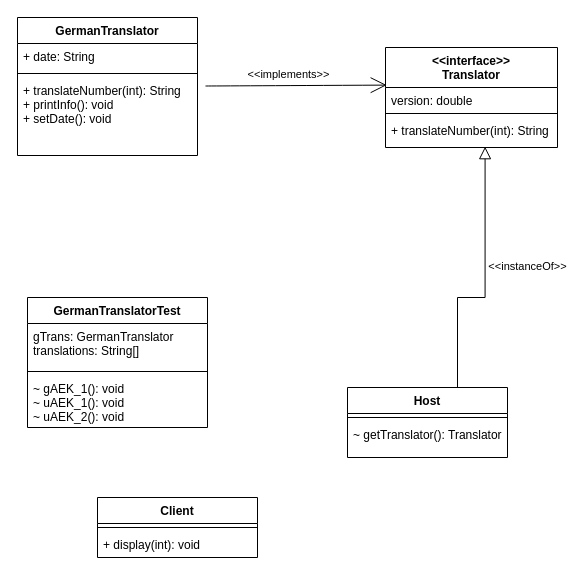
Earlier version of the draw.io diagram Unbenanntes Diagramm.drawio (ItsMePaiinZ/se1_hbrs_ph_fl). Source tidied: cells renumbered, new cells numbered last; positions are measured from the earlier drawing's top-left corner, leaving out a move shared by most shapes. Both pictures are drawn from the tidied source at 100%, with x=0, y=0 at pixel (17, 17).
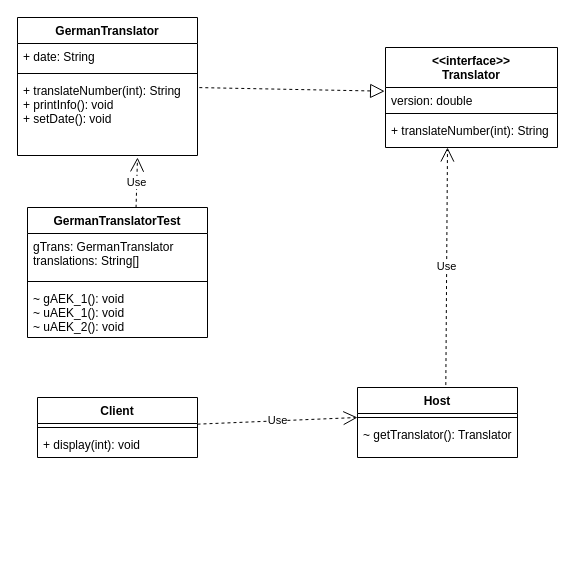
The same page after the edit.

The change refers to these unchanged cells:
```xml
<mxCell id="3" value="version: double" style="text;align=left;verticalAlign=top;spacingLeft=4;spacingRight=4;overflow=hidden;points=[[0,0.5],[1,0.5]];portConstraint=eastwest;rounded=0;shadow=0;html=0;" parent="2" vertex="1">
  <mxGeometry y="40" width="172" height="22" as="geometry" />
</mxCell>
<mxCell id="5" value="+ translateNumber(int): String" style="text;align=left;verticalAlign=top;spacingLeft=4;spacingRight=4;overflow=hidden;points=[[0,0.5],[1,0.5]];portConstraint=eastwest;" parent="2" vertex="1">
  <mxGeometry y="70" width="172" height="26" as="geometry" />
</mxCell>
<mxCell id="6" value="GermanTranslator" style="swimlane;fontStyle=1;align=center;verticalAlign=top;horizontal=1;startSize=26;rounded=0;shadow=0;strokeWidth=1;" parent="1" vertex="1">
  <mxGeometry width="180" height="138" as="geometry" />
</mxCell>
<mxCell id="9" value="+ translateNumber(int): String&#10;+ printInfo(): void&#10;+ setDate(): void" style="text;align=left;verticalAlign=top;spacingLeft=4;spacingRight=4;overflow=hidden;points=[[0,0.5],[1,0.5]];portConstraint=eastwest;" parent="6" vertex="1">
  <mxGeometry y="60" width="180" height="50" as="geometry" />
</mxCell>
<mxCell id="11" style="line;html=1;strokeWidth=1;align=left;verticalAlign=middle;spacingTop=-1;spacingLeft=3;spacingRight=3;labelPosition=right;points=[];portConstraint=eastwest;" parent="10" vertex="1">
  <mxGeometry y="26" width="160" height="8" as="geometry" />
</mxCell>
```

Diff of the diagram source:
```diff
@@
     <mxCell id="10" value="Host" style="swimlane;fontStyle=1;align=center;verticalAlign=top;horizontal=1;startSize=26;rounded=0;shadow=0;strokeWidth=1;" parent="1" vertex="1">
-      <mxGeometry x="330" y="370" width="160" height="70" as="geometry" />
+      <mxGeometry x="340" y="370" width="160" height="70" as="geometry" />
     </mxCell>
@@
-    <mxCell id="13" style="endArrow=block;endSize=10;endFill=0;shadow=0;strokeWidth=1;rounded=0;edgeStyle=elbowEdgeStyle;elbow=vertical;entryX=0.579;entryY=1.123;entryDx=0;entryDy=0;entryPerimeter=0;" parent="1" edge="1" source="10" target="5">
-      <mxGeometry relative="1" as="geometry">
-        <Array as="points">
-          <mxPoint x="440" y="280" />
-          <mxPoint x="160" y="220" />
-        </Array>
-      </mxGeometry>
-    </mxCell>
-    <mxCell id="14" value="&amp;lt;&amp;lt;instanceOf&amp;gt;&amp;gt;" style="edgeLabel;html=1;align=center;verticalAlign=middle;" parent="13" vertex="1">
-      <mxGeometry x="0.01" y="1" relative="1" as="geometry">
-        <mxPoint x="43" y="-13" as="offset" />
-      </mxGeometry>
-    </mxCell>
-    <mxCell id="15" style="edgeStyle=none;jettySize=auto;html=1;rounded=0;endArrow=open;startSize=14;endSize=14;sourcePerimeterSpacing=8;targetPerimeterSpacing=8;curved=1;entryX=0.007;entryY=-0.109;entryDx=0;entryDy=0;entryPerimeter=0;" parent="1" edge="1" source="6" target="3">
-      <mxGeometry relative="1" as="geometry" />
-    </mxCell>
-    <mxCell id="16" value="&amp;lt;&amp;lt;implements&amp;gt;&amp;gt;" style="edgeLabel;html=1;align=center;verticalAlign=middle;" parent="15" vertex="1">
-      <mxGeometry x="0.17" y="2" relative="1" as="geometry">
-        <mxPoint x="-23" y="-9" as="offset" />
-      </mxGeometry>
-    </mxCell>
     <mxCell id="17" value="GermanTranslatorTest" style="swimlane;fontStyle=1;align=center;verticalAlign=top;horizontal=1;startSize=26;rounded=0;shadow=0;strokeWidth=1;" parent="1" vertex="1">
-      <mxGeometry x="10" y="280" width="180" height="130" as="geometry" />
+      <mxGeometry x="10" y="190" width="180" height="130" as="geometry" />
     </mxCell>
@@
     <mxCell id="21" value="Client" style="swimlane;fontStyle=1;align=center;verticalAlign=top;horizontal=1;startSize=26;" parent="1" vertex="1">
-      <mxGeometry x="80" y="480" width="160" height="60" as="geometry" />
+      <mxGeometry x="20" y="380" width="160" height="60" as="geometry" />
     </mxCell>
@@
+    <mxCell id="24" value="Use" style="endArrow=open;endSize=12;dashed=1;html=1;rounded=0;exitX=0.603;exitY=0.002;exitDx=0;exitDy=0;exitPerimeter=0;" parent="1" edge="1" source="17">
+      <mxGeometry relative="1" as="geometry">
+        <mxPoint x="120" y="140" as="targetPoint" />
+      </mxGeometry>
+    </mxCell>
+    <mxCell id="25" value="Use" style="endArrow=open;endSize=12;dashed=1;html=1;rounded=0;entryX=0;entryY=0.5;entryDx=0;entryDy=0;entryPerimeter=0;" parent="1" edge="1" source="21" target="11">
+      <mxGeometry relative="1" as="geometry" />
+    </mxCell>
+    <mxCell id="26" style="endArrow=block;dashed=1;endFill=0;endSize=12;html=1;rounded=0;exitX=1.01;exitY=0.202;exitDx=0;exitDy=0;exitPerimeter=0;entryX=-0.005;entryY=0.169;entryDx=0;entryDy=0;entryPerimeter=0;" parent="1" edge="1" source="9" target="3">
+      <mxGeometry relative="1" as="geometry" />
+    </mxCell>
+    <mxCell id="27" value="Use" style="endArrow=open;endSize=12;dashed=1;html=1;rounded=0;exitX=0.552;exitY=-0.035;exitDx=0;exitDy=0;exitPerimeter=0;" parent="1" edge="1" source="10">
+      <mxGeometry relative="1" as="geometry">
+        <mxPoint x="430" y="130" as="targetPoint" />
+      </mxGeometry>
+    </mxCell>
```
